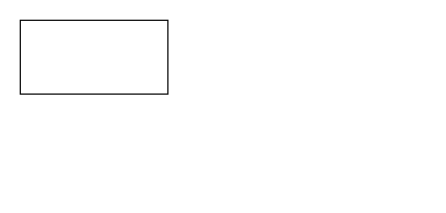
Earlier version of the draw.io diagram 未命名绘图.drawio (valuetodays/drawio-files). Source tidied: cells renumbered, new cells numbered last; positions are measured from the earlier drawing's top-left corner, leaving out a move shared by most shapes. Both pictures are drawn from the tidied source at 123%, with x=0, y=0 at pixel (20, 20).
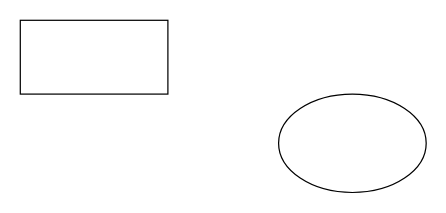
Above is the later version.

Commit message:
更新未命名绘图.drawio

Change to the diagram source:
```diff
@@
 <mxGraphModel>
   <root>
     <mxCell id="0" />
     <mxCell id="1" parent="0" />
     <mxCell id="2" style="rounded=0;whiteSpace=wrap;html=1;" parent="1" vertex="1">
       <mxGeometry width="120" height="60" as="geometry" />
     </mxCell>
+    <mxCell id="3" style="ellipse;whiteSpace=wrap;html=1;" parent="1" vertex="1">
+      <mxGeometry x="210" y="60" width="120" height="80" as="geometry" />
+    </mxCell>
   </root>
 </mxGraphModel>
```
